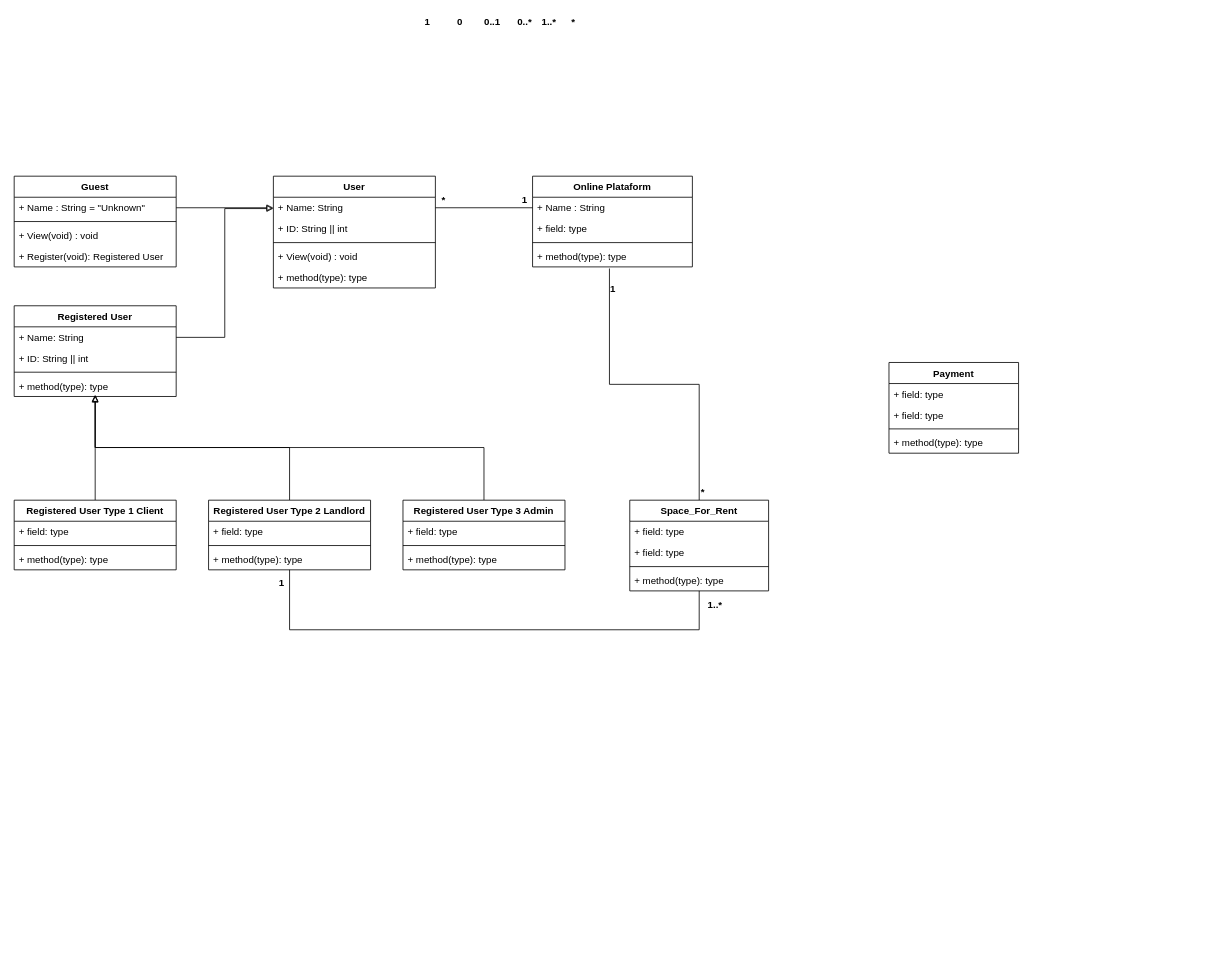
The draw.io diagram page "Class Diagram" (3 of 3) of documentation/elaboration/models - Copy.drawio in DavidAraujo98/CoworkClub, before the edit. Source tidied: cells renumbered, new cells numbered last; positions are measured from the earlier drawing's top-left corner, leaving out a move shared by most shapes. Both pictures are drawn from the tidied source at 81%, with x=0, y=0 at pixel (14, 14).
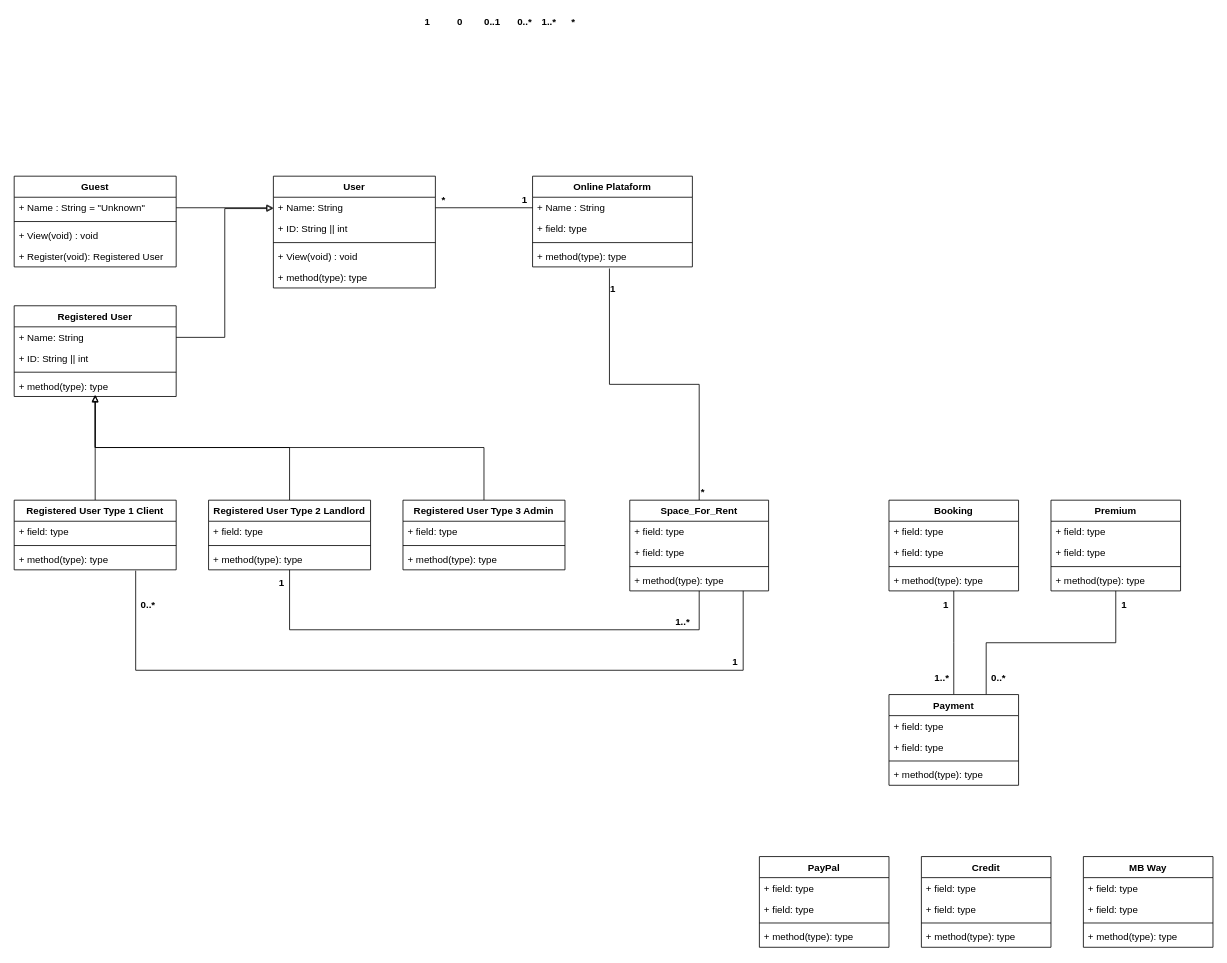
The same page after the edit.

The change refers to these unchanged cells:
```xml
<mxCell id="29" value="+ method(type): type" style="text;strokeColor=none;fillColor=none;align=left;verticalAlign=top;spacingLeft=4;spacingRight=4;overflow=hidden;points=[[0,0.5],[1,0.5]];portConstraint=eastwest;" parent="25" vertex="1">
  <mxGeometry y="86" width="171.4" height="26" as="geometry" />
</mxCell>
<mxCell id="34" value="+ method(type): type" style="text;strokeColor=none;fillColor=none;align=left;verticalAlign=top;spacingLeft=4;spacingRight=4;overflow=hidden;points=[[0,0.5],[1,0.5]];portConstraint=eastwest;" parent="31" vertex="1">
  <mxGeometry y="60" width="200" height="26" as="geometry" />
</mxCell>
```

The edit, as a diff of the source:
```diff
@@
+    <mxCell id="66" style="edgeStyle=elbowEdgeStyle;rounded=0;jettySize=auto;elbow=vertical;html=1;entryX=0.75;entryY=1.038;entryDx=0;entryDy=0;endArrow=none;endFill=0;entryPerimeter=0;" parent="1" edge="1" source="29" target="34">
+      <mxGeometry relative="1" as="geometry">
+        <Array as="points">
+          <mxPoint x="900" y="810" />
+          <mxPoint x="540" y="810" />
+          <mxPoint x="890" y="790" />
+          <mxPoint x="530" y="800" />
+        </Array>
+      </mxGeometry>
+    </mxCell>
@@
+    <mxCell id="67" style="edgeStyle=elbowEdgeStyle;rounded=0;jettySize=auto;elbow=vertical;html=1;exitX=0.5;exitY=0;exitDx=0;exitDy=0;endArrow=none;endFill=0;" parent="1" edge="1" source="45" target="80">
+      <mxGeometry relative="1" as="geometry" />
+    </mxCell>
+    <mxCell id="68" style="edgeStyle=elbowEdgeStyle;rounded=0;jettySize=auto;elbow=vertical;html=1;exitX=0.75;exitY=0;exitDx=0;exitDy=0;endArrow=none;endFill=0;" parent="1" edge="1" source="45" target="75">
+      <mxGeometry relative="1" as="geometry" />
+    </mxCell>
     <mxCell id="45" value="Payment" style="swimlane;fontStyle=1;align=center;verticalAlign=top;horizontal=1;startSize=26;" parent="1" vertex="1">
-      <mxGeometry x="1080" y="430" width="160" height="112" as="geometry" />
+      <mxGeometry x="1080" y="840" width="160" height="112" as="geometry" />
     </mxCell>
@@
     <mxCell id="64" value="&lt;b&gt;1..*&lt;/b&gt;" style="text;html=1;align=center;verticalAlign=middle;fillColor=none;strokeColor=none;rounded=0;" parent="1" vertex="1">
-      <mxGeometry x="850" y="720" width="30" height="20" as="geometry" />
+      <mxGeometry x="810" y="740" width="30" height="20" as="geometry" />
     </mxCell>
@@
+    <mxCell id="69" value="&lt;b&gt;1&lt;/b&gt;" style="text;html=1;align=center;verticalAlign=middle;fillColor=none;strokeColor=none;rounded=0;" parent="1" vertex="1">
+      <mxGeometry x="880" y="790" width="20" height="20" as="geometry" />
+    </mxCell>
+    <mxCell id="70" value="&lt;b&gt;0..*&lt;/b&gt;" style="text;html=1;align=center;verticalAlign=middle;fillColor=none;strokeColor=none;rounded=0;" parent="1" vertex="1">
+      <mxGeometry x="150" y="720" width="30" height="20" as="geometry" />
+    </mxCell>
+    <mxCell id="71" value="Premium" style="swimlane;fontStyle=1;align=center;verticalAlign=top;horizontal=1;startSize=26;" parent="1" vertex="1">
+      <mxGeometry x="1280" y="600" width="160" height="112" as="geometry" />
+    </mxCell>
+    <mxCell id="72" value="+ field: type" style="text;strokeColor=none;fillColor=none;align=left;verticalAlign=top;spacingLeft=4;spacingRight=4;overflow=hidden;" parent="71" vertex="1">
+      <mxGeometry y="26" width="160" height="26" as="geometry" />
+    </mxCell>
+    <mxCell id="73" value="+ field: type" style="text;strokeColor=none;fillColor=none;align=left;verticalAlign=top;spacingLeft=4;spacingRight=4;overflow=hidden;" parent="71" vertex="1">
+      <mxGeometry y="52" width="160" height="26" as="geometry" />
+    </mxCell>
+    <mxCell id="74" style="line;strokeWidth=1;fillColor=none;align=left;verticalAlign=middle;spacingTop=-1;spacingLeft=3;spacingRight=3;labelPosition=right;" parent="71" vertex="1">
+      <mxGeometry y="78" width="160" height="8" as="geometry" />
+    </mxCell>
+    <mxCell id="75" value="+ method(type): type" style="text;strokeColor=none;fillColor=none;align=left;verticalAlign=top;spacingLeft=4;spacingRight=4;overflow=hidden;points=[[0,0.5],[1,0.5]];portConstraint=eastwest;" parent="71" vertex="1">
+      <mxGeometry y="86" width="160" height="26" as="geometry" />
+    </mxCell>
+    <mxCell id="76" value="Booking" style="swimlane;fontStyle=1;align=center;verticalAlign=top;horizontal=1;startSize=26;" parent="1" vertex="1">
+      <mxGeometry x="1080" y="600" width="160" height="112" as="geometry" />
+    </mxCell>
+    <mxCell id="77" value="+ field: type" style="text;strokeColor=none;fillColor=none;align=left;verticalAlign=top;spacingLeft=4;spacingRight=4;overflow=hidden;" parent="76" vertex="1">
+      <mxGeometry y="26" width="160" height="26" as="geometry" />
+    </mxCell>
+    <mxCell id="78" value="+ field: type" style="text;strokeColor=none;fillColor=none;align=left;verticalAlign=top;spacingLeft=4;spacingRight=4;overflow=hidden;" parent="76" vertex="1">
+      <mxGeometry y="52" width="160" height="26" as="geometry" />
+    </mxCell>
+    <mxCell id="79" style="line;strokeWidth=1;fillColor=none;align=left;verticalAlign=middle;spacingTop=-1;spacingLeft=3;spacingRight=3;labelPosition=right;" parent="76" vertex="1">
+      <mxGeometry y="78" width="160" height="8" as="geometry" />
+    </mxCell>
+    <mxCell id="80" value="+ method(type): type" style="text;strokeColor=none;fillColor=none;align=left;verticalAlign=top;spacingLeft=4;spacingRight=4;overflow=hidden;points=[[0,0.5],[1,0.5]];portConstraint=eastwest;" parent="76" vertex="1">
+      <mxGeometry y="86" width="160" height="26" as="geometry" />
+    </mxCell>
+    <mxCell id="81" value="&lt;b&gt;1&lt;/b&gt;" style="text;html=1;align=center;verticalAlign=middle;fillColor=none;strokeColor=none;rounded=0;" parent="1" vertex="1">
+      <mxGeometry x="1140" y="720" width="20" height="20" as="geometry" />
+    </mxCell>
+    <mxCell id="82" value="&lt;b&gt;1..*&lt;/b&gt;" style="text;html=1;align=center;verticalAlign=middle;fillColor=none;strokeColor=none;rounded=0;" parent="1" vertex="1">
+      <mxGeometry x="1130" y="810" width="30" height="20" as="geometry" />
+    </mxCell>
+    <mxCell id="83" value="&lt;b&gt;1&lt;/b&gt;" style="text;html=1;align=center;verticalAlign=middle;fillColor=none;strokeColor=none;rounded=0;" parent="1" vertex="1">
+      <mxGeometry x="1360" y="720" width="20" height="20" as="geometry" />
+    </mxCell>
+    <mxCell id="84" value="&lt;b&gt;0..*&lt;/b&gt;" style="text;html=1;align=center;verticalAlign=middle;fillColor=none;strokeColor=none;rounded=0;" parent="1" vertex="1">
+      <mxGeometry x="1200" y="810" width="30" height="20" as="geometry" />
+    </mxCell>
+    <mxCell id="85" value="PayPal" style="swimlane;fontStyle=1;align=center;verticalAlign=top;horizontal=1;startSize=26;" parent="1" vertex="1">
+      <mxGeometry x="920" y="1040" width="160" height="112" as="geometry" />
+    </mxCell>
+    <mxCell id="86" value="+ field: type" style="text;strokeColor=none;fillColor=none;align=left;verticalAlign=top;spacingLeft=4;spacingRight=4;overflow=hidden;" parent="85" vertex="1">
+      <mxGeometry y="26" width="160" height="26" as="geometry" />
+    </mxCell>
+    <mxCell id="87" value="+ field: type" style="text;strokeColor=none;fillColor=none;align=left;verticalAlign=top;spacingLeft=4;spacingRight=4;overflow=hidden;" parent="85" vertex="1">
+      <mxGeometry y="52" width="160" height="26" as="geometry" />
+    </mxCell>
+    <mxCell id="88" style="line;strokeWidth=1;fillColor=none;align=left;verticalAlign=middle;spacingTop=-1;spacingLeft=3;spacingRight=3;labelPosition=right;" parent="85" vertex="1">
+      <mxGeometry y="78" width="160" height="8" as="geometry" />
+    </mxCell>
+    <mxCell id="89" value="+ method(type): type" style="text;strokeColor=none;fillColor=none;align=left;verticalAlign=top;spacingLeft=4;spacingRight=4;overflow=hidden;" parent="85" vertex="1">
+      <mxGeometry y="86" width="160" height="26" as="geometry" />
+    </mxCell>
+    <mxCell id="90" value="Credit" style="swimlane;fontStyle=1;align=center;verticalAlign=top;horizontal=1;startSize=26;" parent="1" vertex="1">
+      <mxGeometry x="1120" y="1040" width="160" height="112" as="geometry" />
+    </mxCell>
+    <mxCell id="91" value="+ field: type" style="text;strokeColor=none;fillColor=none;align=left;verticalAlign=top;spacingLeft=4;spacingRight=4;overflow=hidden;" parent="90" vertex="1">
+      <mxGeometry y="26" width="160" height="26" as="geometry" />
+    </mxCell>
+    <mxCell id="92" value="+ field: type" style="text;strokeColor=none;fillColor=none;align=left;verticalAlign=top;spacingLeft=4;spacingRight=4;overflow=hidden;" parent="90" vertex="1">
+      <mxGeometry y="52" width="160" height="26" as="geometry" />
+    </mxCell>
+    <mxCell id="93" style="line;strokeWidth=1;fillColor=none;align=left;verticalAlign=middle;spacingTop=-1;spacingLeft=3;spacingRight=3;labelPosition=right;" parent="90" vertex="1">
+      <mxGeometry y="78" width="160" height="8" as="geometry" />
+    </mxCell>
+    <mxCell id="94" value="+ method(type): type" style="text;strokeColor=none;fillColor=none;align=left;verticalAlign=top;spacingLeft=4;spacingRight=4;overflow=hidden;" parent="90" vertex="1">
+      <mxGeometry y="86" width="160" height="26" as="geometry" />
+    </mxCell>
+    <mxCell id="95" value="MB Way" style="swimlane;fontStyle=1;align=center;verticalAlign=top;horizontal=1;startSize=26;" parent="1" vertex="1">
+      <mxGeometry x="1320" y="1040" width="160" height="112" as="geometry" />
+    </mxCell>
+    <mxCell id="96" value="+ field: type" style="text;strokeColor=none;fillColor=none;align=left;verticalAlign=top;spacingLeft=4;spacingRight=4;overflow=hidden;" parent="95" vertex="1">
+      <mxGeometry y="26" width="160" height="26" as="geometry" />
+    </mxCell>
+    <mxCell id="97" value="+ field: type" style="text;strokeColor=none;fillColor=none;align=left;verticalAlign=top;spacingLeft=4;spacingRight=4;overflow=hidden;" parent="95" vertex="1">
+      <mxGeometry y="52" width="160" height="26" as="geometry" />
+    </mxCell>
+    <mxCell id="98" style="line;strokeWidth=1;fillColor=none;align=left;verticalAlign=middle;spacingTop=-1;spacingLeft=3;spacingRight=3;labelPosition=right;" parent="95" vertex="1">
+      <mxGeometry y="78" width="160" height="8" as="geometry" />
+    </mxCell>
+    <mxCell id="99" value="+ method(type): type" style="text;strokeColor=none;fillColor=none;align=left;verticalAlign=top;spacingLeft=4;spacingRight=4;overflow=hidden;" parent="95" vertex="1">
+      <mxGeometry y="86" width="160" height="26" as="geometry" />
+    </mxCell>
```
